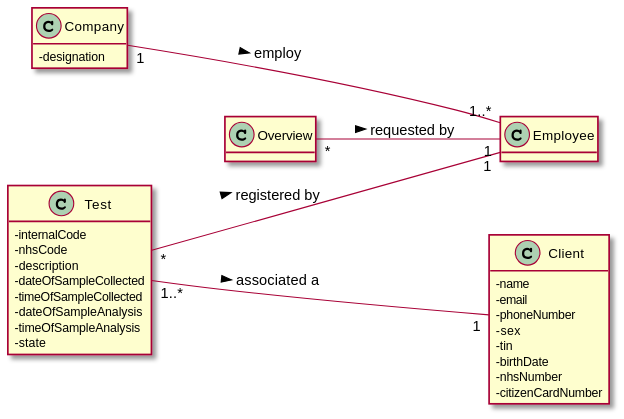
Before: docs/SprintD/US16/US16_MD.svg, a diagram exported from PlantUML (manu-07-ela/LAPR2_ISEP). Its diagram source:
```plantuml
@startuml
hide methods
left to right direction
skinparam classAttributeIconSize 0


class Company{
-designation
}

class Overview{
}

class Client{
 - name
 - email
 - phoneNumber
 - sex
 - tin
 - birthDate
 - nhsNumber
 - citizenCardNumber
}

class Test {
-internalCode
-nhsCode
-description
-dateOfSampleCollected
-timeOfSampleCollected
-dateOfSampleAnalysis
-timeOfSampleAnalysis
-state
}



Company "1"---"1..*" Employee : employ >
Test "1..*"---"1" Client : associated a >
Test "*"---"1" Employee : registered by >
Overview "*"--"1" Employee : requested by >



@enduml
```
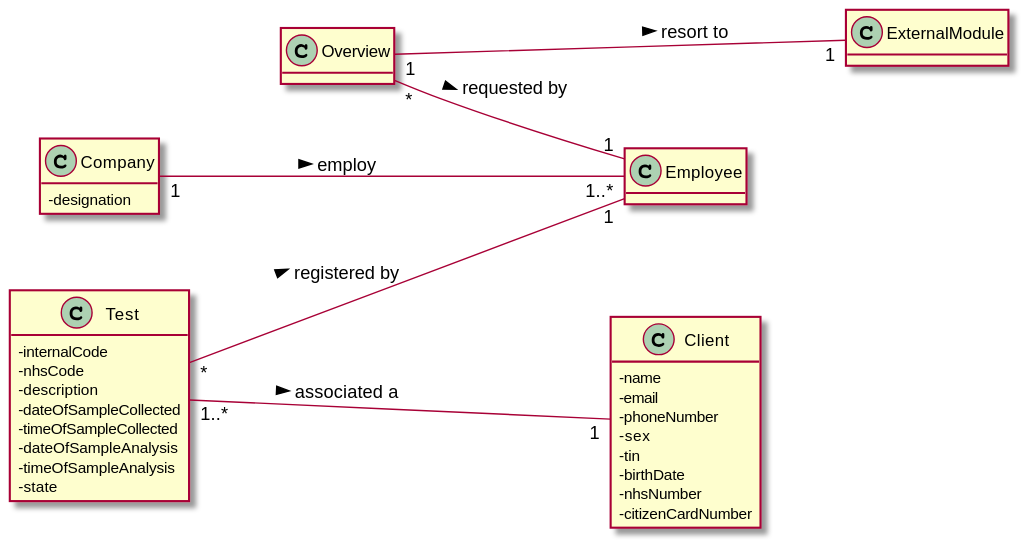
The same file after the commit.

What changed in the source:
```diff
@@ -6,6 +6,10 @@
 
 class Company{
 -designation
+}
+
+class ExternalModule{
+
 }
 
 class Overview{
@@ -39,7 +43,7 @@
 Test "1..*"---"1" Client : associated a >
 Test "*"---"1" Employee : registered by >
 Overview "*"--"1" Employee : requested by >
-
+Overview "1"---"1" ExternalModule : resort to >
 
 
 @enduml
```
